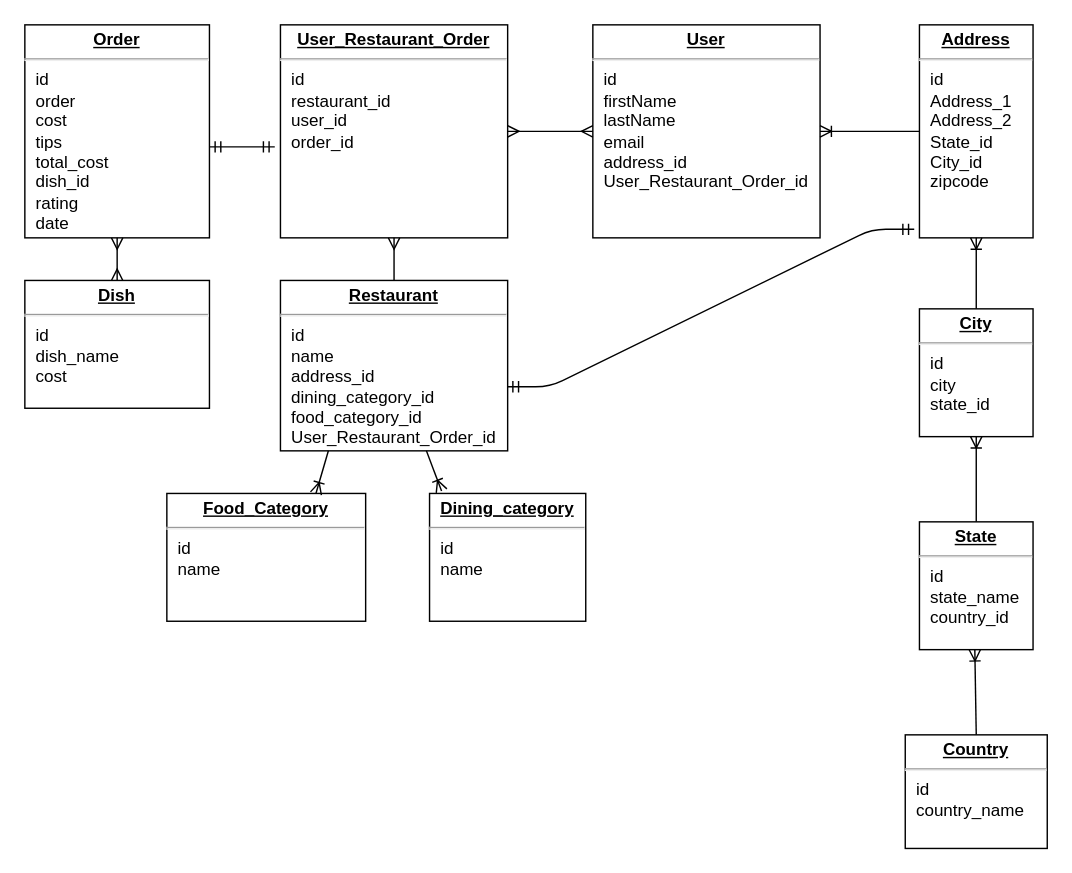
Above: diagrams/food.drawio in kennyle37/natures-finder (draw.io), before the change. Source tidied: cells renumbered, new cells numbered last; positions are measured from the earlier drawing's top-left corner, leaving out a move shared by most shapes. Both pictures are drawn from the tidied source at 142%, with x=0, y=0 at pixel (24, 24).
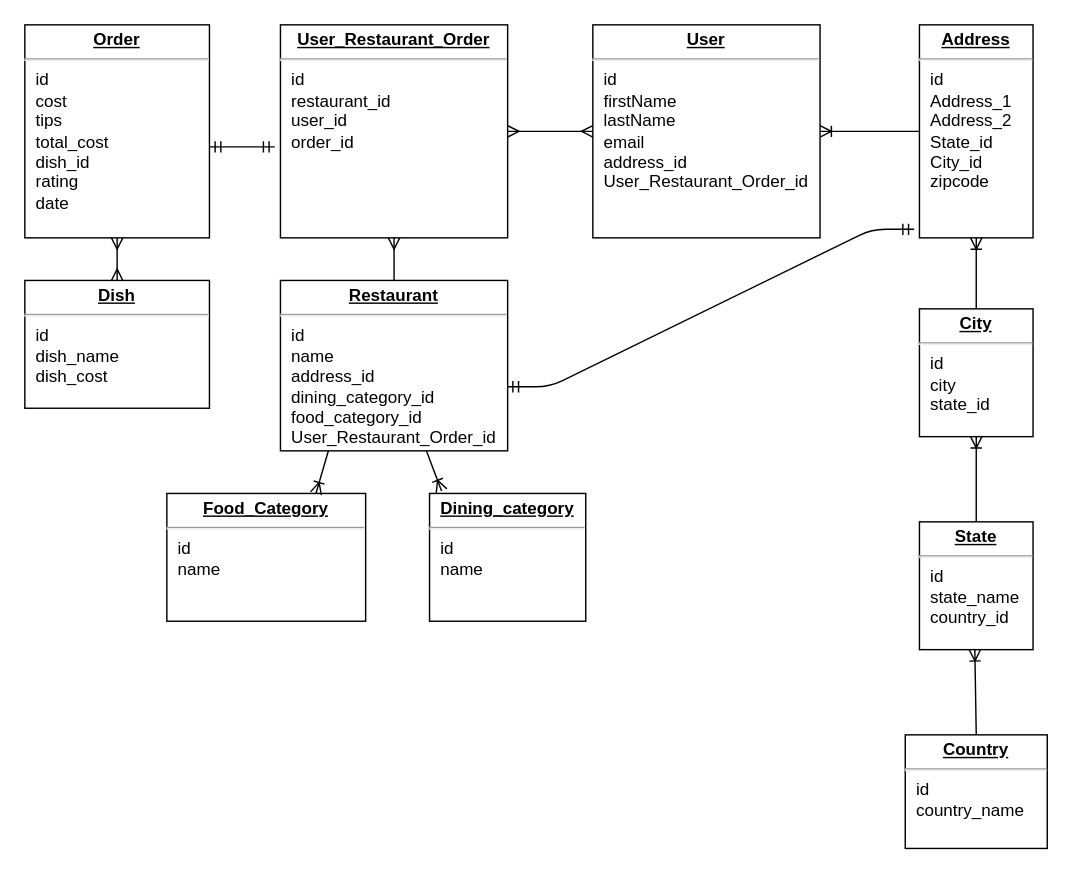
The same page after the edit.

The edit, as a diff of the source:
```diff
@@
-    <mxCell id="3" value="&lt;p style=&quot;margin: 0px ; margin-top: 4px ; text-align: center ; text-decoration: underline&quot;&gt;&lt;b&gt;Order&lt;/b&gt;&lt;/p&gt;&lt;hr&gt;&lt;p style=&quot;margin: 0px ; margin-left: 8px&quot;&gt;id&lt;/p&gt;&lt;p style=&quot;margin: 0px ; margin-left: 8px&quot;&gt;order&lt;/p&gt;&lt;p style=&quot;margin: 0px ; margin-left: 8px&quot;&gt;cost&lt;/p&gt;&lt;p style=&quot;margin: 0px ; margin-left: 8px&quot;&gt;tips&lt;/p&gt;&lt;p style=&quot;margin: 0px ; margin-left: 8px&quot;&gt;total_cost&lt;/p&gt;&lt;p style=&quot;margin: 0px ; margin-left: 8px&quot;&gt;dish_id&lt;/p&gt;&lt;p style=&quot;margin: 0px ; margin-left: 8px&quot;&gt;rating&lt;/p&gt;&lt;p style=&quot;margin: 0px ; margin-left: 8px&quot;&gt;date&lt;/p&gt;&lt;p style=&quot;margin: 0px ; margin-left: 8px&quot;&gt;&lt;br&gt;&lt;/p&gt;" style="verticalAlign=top;align=left;overflow=fill;fontSize=12;fontFamily=Helvetica;html=1;" parent="1" vertex="1">
+    <mxCell id="3" value="&lt;p style=&quot;margin: 0px ; margin-top: 4px ; text-align: center ; text-decoration: underline&quot;&gt;&lt;b&gt;Order&lt;/b&gt;&lt;/p&gt;&lt;hr&gt;&lt;p style=&quot;margin: 0px ; margin-left: 8px&quot;&gt;id&lt;/p&gt;&lt;p style=&quot;margin: 0px ; margin-left: 8px&quot;&gt;cost&lt;/p&gt;&lt;p style=&quot;margin: 0px ; margin-left: 8px&quot;&gt;tips&lt;/p&gt;&lt;p style=&quot;margin: 0px ; margin-left: 8px&quot;&gt;total_cost&lt;/p&gt;&lt;p style=&quot;margin: 0px ; margin-left: 8px&quot;&gt;dish_id&lt;/p&gt;&lt;p style=&quot;margin: 0px ; margin-left: 8px&quot;&gt;rating&lt;/p&gt;&lt;p style=&quot;margin: 0px ; margin-left: 8px&quot;&gt;date&lt;/p&gt;&lt;p style=&quot;margin: 0px ; margin-left: 8px&quot;&gt;&lt;br&gt;&lt;/p&gt;" style="verticalAlign=top;align=left;overflow=fill;fontSize=12;fontFamily=Helvetica;html=1;" parent="1" vertex="1">
       <mxGeometry width="130" height="150" as="geometry" />
     </mxCell>
@@
-    <mxCell id="11" value="&lt;p style=&quot;margin: 0px ; margin-top: 4px ; text-align: center ; text-decoration: underline&quot;&gt;&lt;b&gt;Dish&lt;/b&gt;&lt;/p&gt;&lt;hr&gt;&lt;p style=&quot;margin: 0px ; margin-left: 8px&quot;&gt;id&lt;/p&gt;&lt;p style=&quot;margin: 0px ; margin-left: 8px&quot;&gt;dish_name&lt;/p&gt;&lt;p style=&quot;margin: 0px ; margin-left: 8px&quot;&gt;cost&lt;/p&gt;&lt;p style=&quot;margin: 0px ; margin-left: 8px&quot;&gt;&lt;br&gt;&lt;/p&gt;" style="verticalAlign=top;align=left;overflow=fill;fontSize=12;fontFamily=Helvetica;html=1;" parent="1" vertex="1">
+    <mxCell id="11" value="&lt;p style=&quot;margin: 0px ; margin-top: 4px ; text-align: center ; text-decoration: underline&quot;&gt;&lt;b&gt;Dish&lt;/b&gt;&lt;/p&gt;&lt;hr&gt;&lt;p style=&quot;margin: 0px ; margin-left: 8px&quot;&gt;id&lt;/p&gt;&lt;p style=&quot;margin: 0px ; margin-left: 8px&quot;&gt;dish_name&lt;/p&gt;&lt;p style=&quot;margin: 0px ; margin-left: 8px&quot;&gt;dish_cost&lt;/p&gt;&lt;p style=&quot;margin: 0px ; margin-left: 8px&quot;&gt;&lt;br&gt;&lt;/p&gt;" style="verticalAlign=top;align=left;overflow=fill;fontSize=12;fontFamily=Helvetica;html=1;" parent="1" vertex="1">
       <mxGeometry y="180" width="130" height="90" as="geometry" />
     </mxCell>
```
